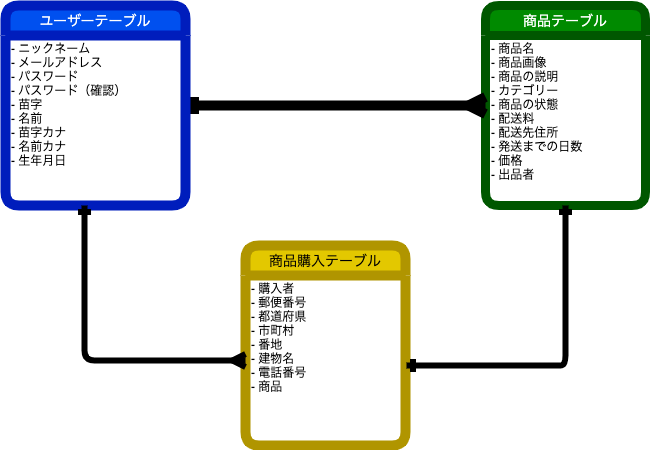
Before: table2.png, a diagram exported from draw.io (mozu888/furima-37230). Source tidied: cells renumbered, new cells last; positions are measured from the earlier drawing's top-left corner, leaving out a move shared by most shapes.
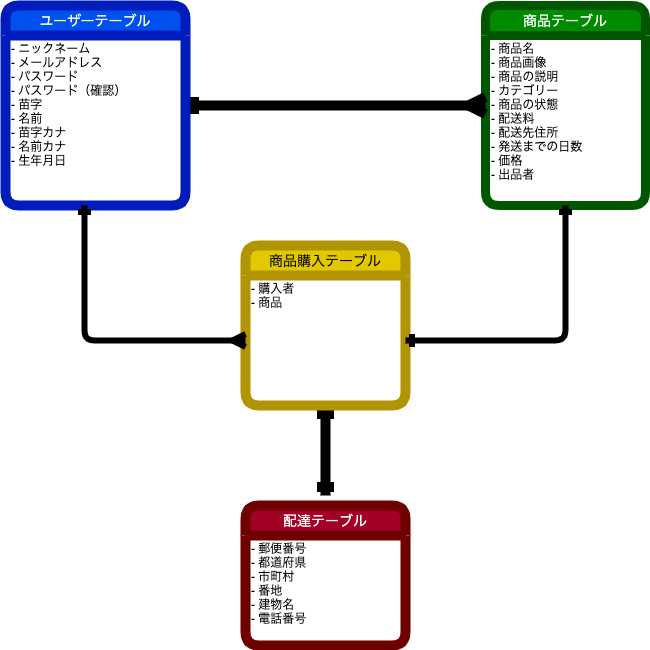
The same file after the commit.

Change to the diagram source:
```diff
@@ -14,6 +14,9 @@
     <mxCell id="5" style="edgeStyle=orthogonalEdgeStyle;rounded=0;jumpSize=6;html=1;startArrow=ERone;startFill=0;endArrow=ERmany;endFill=0;endSize=6;targetPerimeterSpacing=0;strokeWidth=10;" parent="1" edge="1" source="6">
       <mxGeometry relative="1" as="geometry">
         <mxPoint x="480" y="100" as="targetPoint" />
+        <Array as="points">
+          <mxPoint x="480" y="100" />
+        </Array>
       </mxGeometry>
     </mxCell>
     <mxCell id="6" value="ユーザーテーブル" style="swimlane;horizontal=1;startSize=30;rounded=1;fontSize=14;fontStyle=0;strokeWidth=10;shadow=0;dashed=0;align=center;fillColor=#0050ef;strokeColor=#001DBC;fontColor=#ffffff;" parent="1" vertex="1">
@@ -22,23 +25,32 @@
     <mxCell id="7" value="- ニックネーム&#10;- メールアドレス&#10;- パスワード&#10;- パスワード（確認）&#10;- 苗字&#10;- 名前&#10;- 苗字カナ&#10;- 名前カナ&#10;- 生年月日" style="align=left;strokeColor=none;fillColor=none;spacingLeft=4;fontSize=12;verticalAlign=top;" parent="6" vertex="1">
       <mxGeometry y="30" width="180" height="170" as="geometry" />
     </mxCell>
+    <mxCell id="12" style="edgeStyle=orthogonalEdgeStyle;rounded=0;jumpSize=6;html=1;startArrow=ERone;startFill=0;endArrow=ERone;endFill=0;endSize=6;targetPerimeterSpacing=0;strokeWidth=10;" parent="1" edge="1" source="8">
+      <mxGeometry relative="1" as="geometry">
+        <mxPoint x="320" y="490" as="targetPoint" />
+      </mxGeometry>
+    </mxCell>
     <mxCell id="8" value="商品購入テーブル" style="swimlane;horizontal=1;startSize=30;rounded=1;fontSize=14;fontStyle=0;strokeWidth=10;shadow=0;dashed=0;align=center;fillColor=#e3c800;strokeColor=#B09500;fontColor=#000000;" parent="1" vertex="1">
-      <mxGeometry x="240" y="240" width="160" height="200" as="geometry" />
+      <mxGeometry x="240" y="240" width="160" height="160" as="geometry" />
     </mxCell>
-    <mxCell id="9" value="- 購入者&#10;- 郵便番号&#10;- 都道府県&#10;- 市町村&#10;- 番地&#10;- 建物名&#10;- 電話番号&#10;- 商品" style="align=left;strokeColor=none;fillColor=none;spacingLeft=4;fontSize=12;verticalAlign=top;" parent="8" vertex="1">
-      <mxGeometry y="30" width="160" height="170" as="geometry" />
+    <mxCell id="9" value="- 購入者&#10;- 商品" style="align=left;strokeColor=none;fillColor=none;spacingLeft=4;fontSize=12;verticalAlign=top;" parent="8" vertex="1">
+      <mxGeometry y="30" width="160" height="130" as="geometry" />
     </mxCell>
     <mxCell id="10" style="edgeStyle=orthogonalEdgeStyle;rounded=1;jumpSize=6;html=1;exitX=0.439;exitY=1;exitDx=0;exitDy=0;startArrow=ERone;startFill=0;endArrow=ERmany;endFill=0;endSize=6;targetPerimeterSpacing=0;strokeWidth=6;entryX=0;entryY=0.5;entryDx=0;entryDy=0;exitPerimeter=0;" parent="1" edge="1" source="7" target="9">
       <mxGeometry relative="1" as="geometry" />
     </mxCell>
-    <mxCell id="11" style="edgeStyle=orthogonalEdgeStyle;rounded=1;jumpSize=6;html=1;exitX=0.5;exitY=1;exitDx=0;exitDy=0;startArrow=ERone;startFill=0;endArrow=ERone;endFill=0;endSize=6;targetPerimeterSpacing=0;strokeWidth=6;" parent="1" edge="1" source="3">
+    <mxCell id="11" style="edgeStyle=orthogonalEdgeStyle;rounded=1;jumpSize=6;html=1;exitX=0.5;exitY=1;exitDx=0;exitDy=0;startArrow=ERone;startFill=0;endArrow=ERone;endFill=0;endSize=6;targetPerimeterSpacing=0;strokeWidth=6;entryX=1;entryY=0.5;entryDx=0;entryDy=0;" parent="1" edge="1" source="3" target="9">
       <mxGeometry relative="1" as="geometry">
-        <mxPoint x="401" y="360" as="targetPoint" />
         <Array as="points">
-          <mxPoint x="550" y="360" />
-          <mxPoint x="401" y="360" />
+          <mxPoint x="560" y="335" />
         </Array>
       </mxGeometry>
     </mxCell>
+    <mxCell id="13" value="配達テーブル" style="swimlane;horizontal=1;startSize=30;rounded=1;fontSize=14;fontStyle=0;strokeWidth=10;shadow=0;dashed=0;align=center;fillColor=#a20025;strokeColor=#6F0000;fontColor=#ffffff;" parent="1" vertex="1">
+      <mxGeometry x="240" y="500" width="160" height="140" as="geometry" />
+    </mxCell>
+    <mxCell id="14" value="- 郵便番号&#10;- 都道府県&#10;- 市町村&#10;- 番地&#10;- 建物名&#10;- 電話番号" style="align=left;strokeColor=none;fillColor=none;spacingLeft=4;fontSize=12;verticalAlign=top;" parent="13" vertex="1">
+      <mxGeometry y="30" width="160" height="110" as="geometry" />
+    </mxCell>
   </root>
 </mxGraphModel>
```
